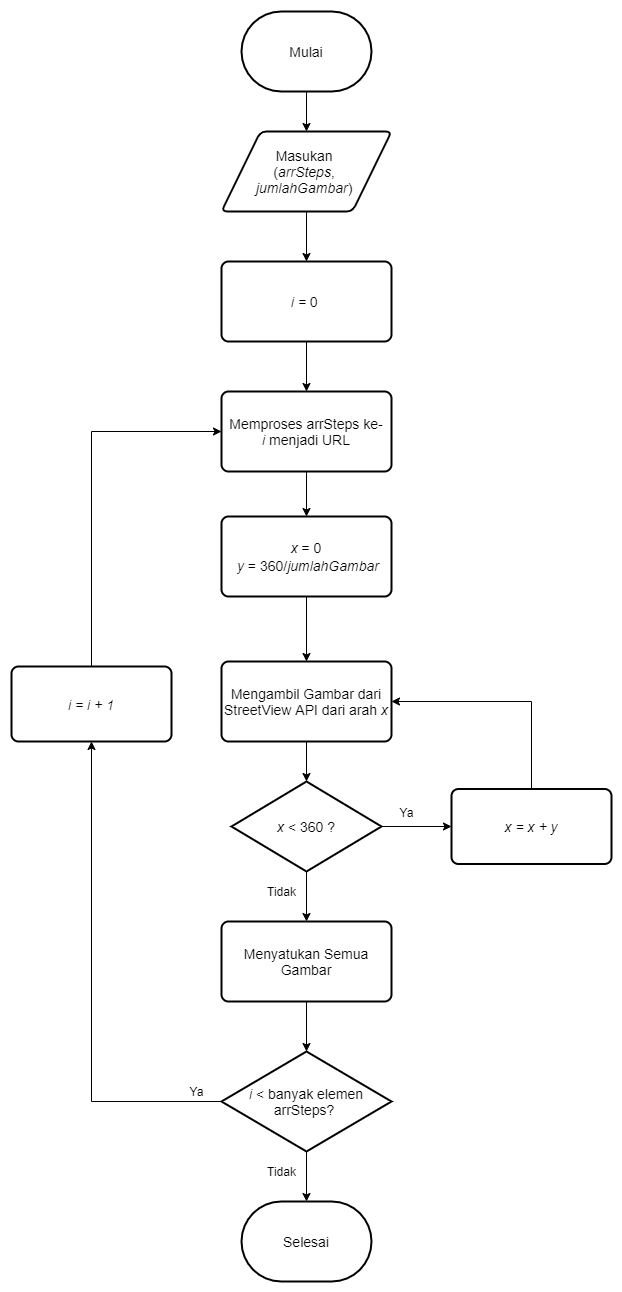
Above: doc/DokumenSkripsi/Gambar/streetview-flowchart.png in richardwijaya/Skripsi (draw.io), before the change. Source tidied: cells renumbered, new cells last; positions are measured from the earlier drawing's top-left corner, leaving out a move shared by most shapes.
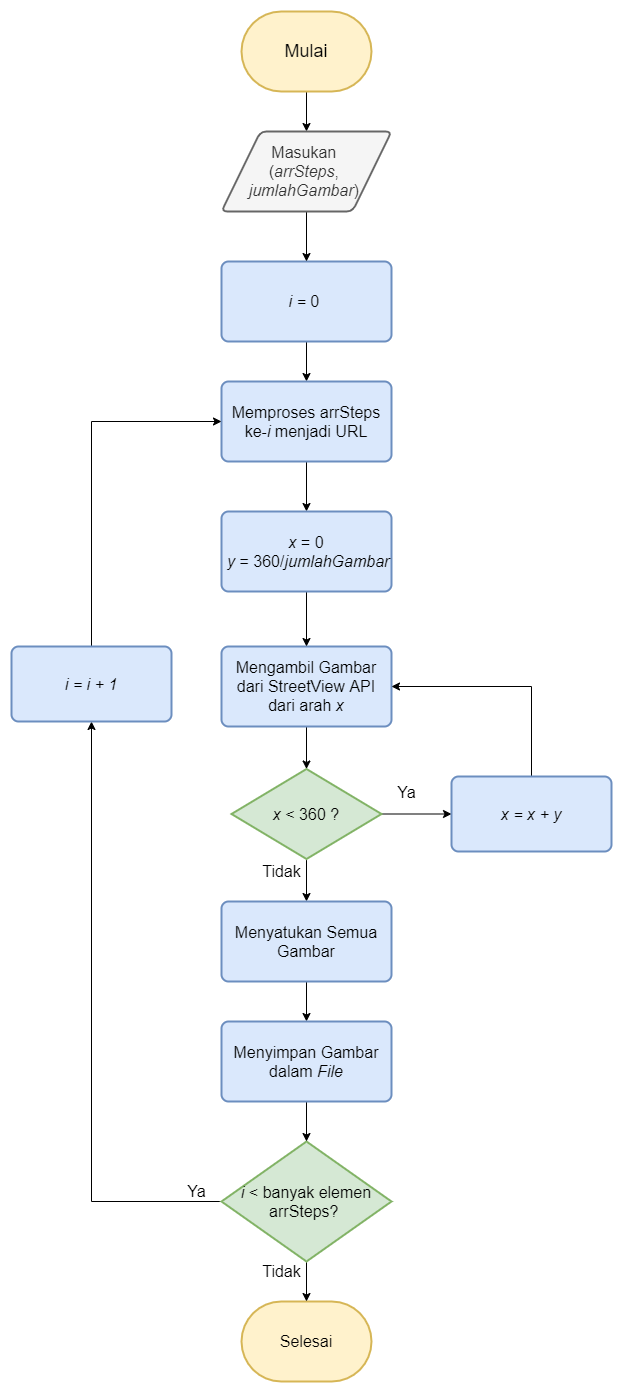
The same file after the commit.

What changed in the source:
```diff
@@ -8,57 +8,57 @@
     <mxCell id="3" style="edgeStyle=orthogonalEdgeStyle;rounded=0;jettySize=auto;html=1;entryX=0.5;entryY=0;entryDx=0;entryDy=0;" parent="1" edge="1" source="4" target="12">
       <mxGeometry relative="1" as="geometry" />
     </mxCell>
-    <mxCell id="4" value="&lt;font style=&quot;font-size: 14px&quot;&gt;&lt;i&gt;x&lt;/i&gt; &amp;lt; 360 ?&lt;/font&gt;" style="strokeWidth=2;html=1;shape=mxgraph.flowchart.decision;whiteSpace=wrap;" parent="1" vertex="1">
-      <mxGeometry x="220" y="770" width="150" height="90" as="geometry" />
+    <mxCell id="4" value="&lt;font style=&quot;font-size: 16px&quot;&gt;&lt;i&gt;x&lt;/i&gt; &amp;lt; 360 ?&lt;/font&gt;" style="strokeWidth=2;html=1;shape=mxgraph.flowchart.decision;whiteSpace=wrap;fillColor=#d5e8d4;strokeColor=#82b366;" parent="1" vertex="1">
+      <mxGeometry x="220" y="777.5" width="150" height="90" as="geometry" />
     </mxCell>
     <mxCell id="5" style="edgeStyle=orthogonalEdgeStyle;rounded=0;jettySize=auto;html=1;entryX=0.5;entryY=0;entryDx=0;entryDy=0;" parent="1" edge="1" source="6" target="10">
       <mxGeometry relative="1" as="geometry" />
     </mxCell>
-    <mxCell id="6" value="&lt;font style=&quot;font-size: 14px&quot;&gt;Mulai&lt;/font&gt;" style="strokeWidth=2;html=1;shape=mxgraph.flowchart.terminator;whiteSpace=wrap;" parent="1" vertex="1">
-      <mxGeometry x="230" width="130" height="80" as="geometry" />
+    <mxCell id="6" value="&lt;font style=&quot;font-size: 18px&quot;&gt;Mulai&lt;/font&gt;" style="strokeWidth=2;html=1;shape=mxgraph.flowchart.terminator;whiteSpace=wrap;fillColor=#fff2cc;strokeColor=#d6b656;" parent="1" vertex="1">
+      <mxGeometry x="230" y="20" width="130" height="80" as="geometry" />
     </mxCell>
     <mxCell id="7" style="edgeStyle=orthogonalEdgeStyle;rounded=0;jettySize=auto;html=1;entryX=0.5;entryY=0;entryDx=0;entryDy=0;" parent="1" edge="1" source="8" target="24">
       <mxGeometry relative="1" as="geometry" />
     </mxCell>
-    <mxCell id="8" value="&lt;font style=&quot;font-size: 14px&quot;&gt;&lt;i&gt;i&amp;nbsp;= &lt;/i&gt;0&amp;nbsp;&lt;br&gt;&lt;/font&gt;" style="rounded=1;whiteSpace=wrap;html=1;absoluteArcSize=1;arcSize=14;strokeWidth=2;" parent="1" vertex="1">
-      <mxGeometry x="210" y="250" width="170" height="80" as="geometry" />
+    <mxCell id="8" value="&lt;font&gt;&lt;font style=&quot;font-size: 16px&quot;&gt;&lt;i&gt;i&amp;nbsp;= &lt;/i&gt;0&amp;nbsp;&lt;/font&gt;&lt;br&gt;&lt;/font&gt;" style="rounded=1;whiteSpace=wrap;html=1;absoluteArcSize=1;arcSize=14;strokeWidth=2;fillColor=#dae8fc;strokeColor=#6c8ebf;" parent="1" vertex="1">
+      <mxGeometry x="210" y="270" width="170" height="80" as="geometry" />
     </mxCell>
     <mxCell id="9" style="edgeStyle=orthogonalEdgeStyle;rounded=0;jettySize=auto;html=1;" parent="1" edge="1" source="10" target="8">
       <mxGeometry relative="1" as="geometry" />
     </mxCell>
-    <mxCell id="10" value="&lt;font style=&quot;font-size: 14px&quot;&gt;Masukan &lt;br&gt;(&lt;i&gt;arrSteps&lt;/i&gt;, &lt;br&gt;&lt;i&gt;jumlahGambar&lt;/i&gt;)&amp;nbsp;&lt;br&gt;&lt;/font&gt;" style="shape=parallelogram;html=1;strokeWidth=2;perimeter=parallelogramPerimeter;whiteSpace=wrap;rounded=1;arcSize=12;size=0.23;" parent="1" vertex="1">
-      <mxGeometry x="210" y="120" width="170" height="80" as="geometry" />
+    <mxCell id="10" value="&lt;font&gt;&lt;font style=&quot;font-size: 16px&quot;&gt;Masukan &lt;br&gt;(&lt;i&gt;arrSteps&lt;/i&gt;, &lt;br&gt;&lt;i&gt;jumlahGambar&lt;/i&gt;)&amp;nbsp;&lt;/font&gt;&lt;br&gt;&lt;/font&gt;" style="shape=parallelogram;html=1;strokeWidth=2;perimeter=parallelogramPerimeter;whiteSpace=wrap;rounded=1;arcSize=12;size=0.23;fontSize=16;fillColor=#f5f5f5;strokeColor=#666666;fontColor=#333333;" parent="1" vertex="1">
+      <mxGeometry x="210" y="140" width="170" height="80" as="geometry" />
     </mxCell>
-    <mxCell id="11" style="edgeStyle=orthogonalEdgeStyle;rounded=0;jettySize=auto;html=1;entryX=0.5;entryY=0;entryDx=0;entryDy=0;entryPerimeter=0;" parent="1" edge="1" source="12" target="22">
+    <mxCell id="11" style="edgeStyle=orthogonalEdgeStyle;rounded=0;jettySize=auto;html=1;" parent="1" edge="1" source="12" target="32">
       <mxGeometry relative="1" as="geometry" />
     </mxCell>
-    <mxCell id="12" value="&lt;font style=&quot;font-size: 14px&quot;&gt;Menyatukan Semua Gambar&lt;/font&gt;" style="rounded=1;whiteSpace=wrap;html=1;absoluteArcSize=1;arcSize=14;strokeWidth=2;" parent="1" vertex="1">
+    <mxCell id="12" value="&lt;font style=&quot;font-size: 16px&quot;&gt;Menyatukan Semua Gambar&lt;/font&gt;" style="rounded=1;whiteSpace=wrap;html=1;absoluteArcSize=1;arcSize=14;strokeWidth=2;fillColor=#dae8fc;strokeColor=#6c8ebf;" parent="1" vertex="1">
       <mxGeometry x="210" y="910" width="170" height="80" as="geometry" />
     </mxCell>
     <mxCell id="13" style="edgeStyle=orthogonalEdgeStyle;rounded=0;jettySize=auto;html=1;entryX=0.5;entryY=0;entryDx=0;entryDy=0;entryPerimeter=0;" parent="1" edge="1" source="14" target="4">
       <mxGeometry relative="1" as="geometry" />
     </mxCell>
-    <mxCell id="14" value="&lt;font style=&quot;font-size: 14px&quot;&gt;Mengambil Gambar dari StreetView API dari arah &lt;i&gt;x&lt;/i&gt;&lt;/font&gt;" style="rounded=1;whiteSpace=wrap;html=1;absoluteArcSize=1;arcSize=14;strokeWidth=2;" parent="1" vertex="1">
-      <mxGeometry x="210" y="650" width="170" height="80" as="geometry" />
+    <mxCell id="14" value="&lt;font style=&quot;font-size: 16px&quot;&gt;Mengambil Gambar dari StreetView API dari arah &lt;i&gt;x&lt;/i&gt;&lt;/font&gt;" style="rounded=1;whiteSpace=wrap;html=1;absoluteArcSize=1;arcSize=14;strokeWidth=2;fontSize=16;fillColor=#dae8fc;strokeColor=#6c8ebf;" parent="1" vertex="1">
+      <mxGeometry x="210" y="655" width="170" height="80" as="geometry" />
     </mxCell>
     <mxCell id="15" style="edgeStyle=orthogonalEdgeStyle;rounded=0;jettySize=auto;html=1;entryX=1;entryY=0.5;entryDx=0;entryDy=0;" parent="1" edge="1" source="16" target="14">
       <mxGeometry relative="1" as="geometry">
         <Array as="points">
-          <mxPoint x="520" y="690" />
+          <mxPoint x="520" y="695" />
         </Array>
       </mxGeometry>
     </mxCell>
-    <mxCell id="16" value="&lt;span style=&quot;font-size: 14px&quot;&gt;&lt;i&gt;x = x + y&lt;/i&gt;&lt;/span&gt;" style="rounded=1;whiteSpace=wrap;html=1;absoluteArcSize=1;arcSize=14;strokeWidth=2;" parent="1" vertex="1">
-      <mxGeometry x="440" y="777.5" width="160" height="75" as="geometry" />
+    <mxCell id="16" value="&lt;i&gt;&lt;font style=&quot;font-size: 16px&quot;&gt;x = x + y&lt;/font&gt;&lt;/i&gt;" style="rounded=1;whiteSpace=wrap;html=1;absoluteArcSize=1;arcSize=14;strokeWidth=2;fillColor=#dae8fc;strokeColor=#6c8ebf;" parent="1" vertex="1">
+      <mxGeometry x="440" y="785" width="160" height="75" as="geometry" />
     </mxCell>
-    <mxCell id="17" value="Ya" style="text;html=1;align=center;verticalAlign=middle;" parent="1" vertex="1">
+    <mxCell id="17" value="&lt;font style=&quot;font-size: 16px&quot;&gt;Ya&lt;/font&gt;" style="text;html=1;align=center;verticalAlign=middle;" parent="1" vertex="1">
       <mxGeometry x="380" y="791" width="30" height="20" as="geometry" />
     </mxCell>
-    <mxCell id="18" value="Tidak" style="text;html=1;align=center;verticalAlign=middle;" parent="1" vertex="1">
-      <mxGeometry x="250" y="870" width="40" height="20" as="geometry" />
+    <mxCell id="18" value="&lt;font style=&quot;font-size: 16px&quot;&gt;Tidak&lt;/font&gt;" style="text;html=1;align=center;verticalAlign=middle;" parent="1" vertex="1">
+      <mxGeometry x="245" y="870" width="50" height="20" as="geometry" />
     </mxCell>
-    <mxCell id="19" value="&lt;font style=&quot;font-size: 14px&quot;&gt;Selesai&lt;/font&gt;" style="strokeWidth=2;html=1;shape=mxgraph.flowchart.terminator;whiteSpace=wrap;" parent="1" vertex="1">
-      <mxGeometry x="230" y="1190" width="130" height="80" as="geometry" />
+    <mxCell id="19" value="&lt;font style=&quot;font-size: 16px&quot;&gt;Selesai&lt;/font&gt;" style="strokeWidth=2;html=1;shape=mxgraph.flowchart.terminator;whiteSpace=wrap;fillColor=#fff2cc;strokeColor=#d6b656;" parent="1" vertex="1">
+      <mxGeometry x="230" y="1310" width="130" height="80" as="geometry" />
     </mxCell>
     <mxCell id="20" style="edgeStyle=orthogonalEdgeStyle;rounded=0;jettySize=auto;html=1;entryX=0.5;entryY=1;entryDx=0;entryDy=0;" parent="1" edge="1" source="22" target="28">
       <mxGeometry relative="1" as="geometry" />
@@ -66,36 +66,42 @@
     <mxCell id="21" style="edgeStyle=orthogonalEdgeStyle;rounded=0;jettySize=auto;html=1;entryX=0.5;entryY=0;entryDx=0;entryDy=0;entryPerimeter=0;" parent="1" edge="1" source="22" target="19">
       <mxGeometry relative="1" as="geometry" />
     </mxCell>
-    <mxCell id="22" value="&lt;span style=&quot;font-size: 14px&quot;&gt;&lt;i&gt;i&lt;/i&gt; &amp;lt; banyak elemen arrSteps?&amp;nbsp;&lt;/span&gt;" style="strokeWidth=2;html=1;shape=mxgraph.flowchart.decision;whiteSpace=wrap;" parent="1" vertex="1">
-      <mxGeometry x="210" y="1040" width="170" height="100" as="geometry" />
+    <mxCell id="22" value="&lt;font style=&quot;font-size: 16px&quot;&gt;&lt;i&gt;i&lt;/i&gt; &amp;lt; banyak elemen arrSteps?&amp;nbsp;&lt;/font&gt;" style="strokeWidth=2;html=1;shape=mxgraph.flowchart.decision;whiteSpace=wrap;fillColor=#d5e8d4;strokeColor=#82b366;" parent="1" vertex="1">
+      <mxGeometry x="210" y="1150" width="170" height="120" as="geometry" />
     </mxCell>
     <mxCell id="23" style="edgeStyle=orthogonalEdgeStyle;rounded=0;jettySize=auto;html=1;entryX=0.5;entryY=0;entryDx=0;entryDy=0;" parent="1" edge="1" source="24" target="26">
       <mxGeometry relative="1" as="geometry" />
     </mxCell>
-    <mxCell id="24" value="&lt;font style=&quot;font-size: 14px&quot;&gt;Memproses arrSteps ke-&lt;i&gt;i&lt;/i&gt;&amp;nbsp;menjadi URL&lt;/font&gt;" style="rounded=1;whiteSpace=wrap;html=1;absoluteArcSize=1;arcSize=14;strokeWidth=2;" parent="1" vertex="1">
-      <mxGeometry x="210" y="380" width="170" height="80" as="geometry" />
+    <mxCell id="24" value="&lt;font style=&quot;font-size: 16px&quot;&gt;Memproses arrSteps ke-&lt;i&gt;i&lt;/i&gt;&amp;nbsp;menjadi URL&lt;/font&gt;" style="rounded=1;whiteSpace=wrap;html=1;absoluteArcSize=1;arcSize=14;strokeWidth=2;fillColor=#dae8fc;strokeColor=#6c8ebf;" parent="1" vertex="1">
+      <mxGeometry x="210" y="390" width="170" height="80" as="geometry" />
     </mxCell>
     <mxCell id="25" style="edgeStyle=orthogonalEdgeStyle;rounded=0;jettySize=auto;html=1;" parent="1" edge="1" source="26" target="14">
       <mxGeometry relative="1" as="geometry" />
     </mxCell>
-    <mxCell id="26" value="&lt;i style=&quot;font-size: 14px&quot;&gt;x&lt;/i&gt;&lt;span style=&quot;font-size: 14px&quot;&gt;&amp;nbsp;= 0&lt;/span&gt;&lt;br style=&quot;font-size: 14px&quot;&gt;&lt;span style=&quot;font-size: 14px&quot;&gt;&amp;nbsp;&lt;/span&gt;&lt;i style=&quot;font-size: 14px&quot;&gt;y&lt;/i&gt;&lt;span style=&quot;font-size: 14px&quot;&gt;&amp;nbsp;= 360/&lt;/span&gt;&lt;i style=&quot;font-size: 14px&quot;&gt;jumlahGambar&lt;/i&gt;" style="rounded=1;whiteSpace=wrap;html=1;absoluteArcSize=1;arcSize=14;strokeWidth=2;" parent="1" vertex="1">
-      <mxGeometry x="210" y="505" width="170" height="80" as="geometry" />
+    <mxCell id="26" value="&lt;font style=&quot;font-size: 16px&quot;&gt;&lt;i&gt;x&lt;/i&gt;&amp;nbsp;= 0&lt;br&gt;&amp;nbsp;&lt;i&gt;y&lt;/i&gt;&amp;nbsp;= 360/&lt;i&gt;jumlahGambar&lt;/i&gt;&lt;/font&gt;" style="rounded=1;whiteSpace=wrap;html=1;absoluteArcSize=1;arcSize=14;strokeWidth=2;fillColor=#dae8fc;strokeColor=#6c8ebf;" parent="1" vertex="1">
+      <mxGeometry x="210" y="520" width="170" height="80" as="geometry" />
     </mxCell>
     <mxCell id="27" style="edgeStyle=orthogonalEdgeStyle;rounded=0;jettySize=auto;html=1;entryX=0;entryY=0.5;entryDx=0;entryDy=0;" parent="1" edge="1" source="28" target="24">
       <mxGeometry relative="1" as="geometry">
         <Array as="points">
-          <mxPoint x="80" y="420" />
+          <mxPoint x="80" y="430" />
         </Array>
       </mxGeometry>
     </mxCell>
-    <mxCell id="28" value="&lt;span style=&quot;font-size: 14px&quot;&gt;&lt;i&gt;i = i + 1&lt;/i&gt;&lt;/span&gt;" style="rounded=1;whiteSpace=wrap;html=1;absoluteArcSize=1;arcSize=14;strokeWidth=2;" parent="1" vertex="1">
+    <mxCell id="28" value="&lt;i&gt;&lt;font style=&quot;font-size: 16px&quot;&gt;i = i + 1&lt;/font&gt;&lt;/i&gt;" style="rounded=1;whiteSpace=wrap;html=1;absoluteArcSize=1;arcSize=14;strokeWidth=2;fillColor=#dae8fc;strokeColor=#6c8ebf;" parent="1" vertex="1">
       <mxGeometry y="655" width="160" height="75" as="geometry" />
     </mxCell>
-    <mxCell id="29" value="Ya" style="text;html=1;align=center;verticalAlign=middle;" parent="1" vertex="1">
-      <mxGeometry x="170" y="1070" width="30" height="20" as="geometry" />
+    <mxCell id="29" value="&lt;font style=&quot;font-size: 16px&quot;&gt;Ya&lt;/font&gt;" style="text;html=1;align=center;verticalAlign=middle;" parent="1" vertex="1">
+      <mxGeometry x="170" y="1190" width="30" height="20" as="geometry" />
     </mxCell>
-    <mxCell id="30" value="Tidak" style="text;html=1;align=center;verticalAlign=middle;" parent="1" vertex="1">
-      <mxGeometry x="250" y="1150" width="40" height="20" as="geometry" />
+    <mxCell id="30" value="&lt;font style=&quot;font-size: 16px&quot;&gt;Tidak&lt;/font&gt;" style="text;html=1;align=center;verticalAlign=middle;" parent="1" vertex="1">
+      <mxGeometry x="245" y="1270" width="50" height="20" as="geometry" />
     </mxCell>
+    <mxCell id="31" style="edgeStyle=orthogonalEdgeStyle;rounded=0;jettySize=auto;html=1;entryX=0.5;entryY=0;entryDx=0;entryDy=0;entryPerimeter=0;" parent="1" edge="1" source="32" target="22">
+      <mxGeometry relative="1" as="geometry" />
+    </mxCell>
+    <mxCell id="32" value="&lt;font style=&quot;font-size: 16px&quot;&gt;Menyimpan Gambar dalam &lt;i&gt;File&lt;/i&gt;&lt;/font&gt;" style="rounded=1;whiteSpace=wrap;html=1;absoluteArcSize=1;arcSize=14;strokeWidth=2;fillColor=#dae8fc;strokeColor=#6c8ebf;" parent="1" vertex="1">
+      <mxGeometry x="210" y="1030" width="170" height="80" as="geometry" />
+    </mxCell>
   </root>
 </mxGraphModel>
```
